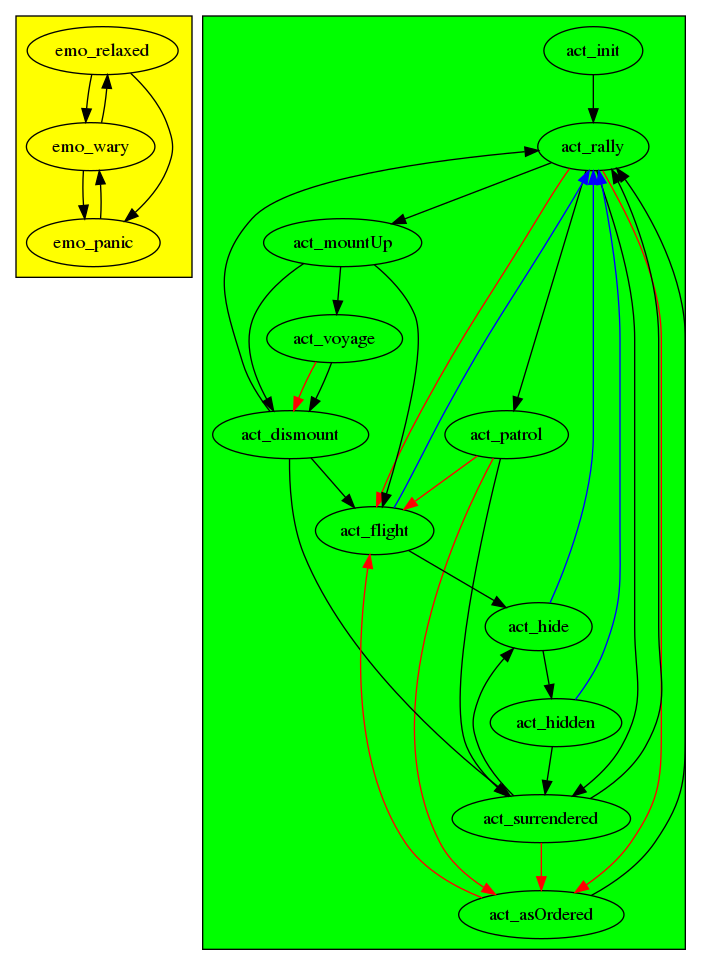
gruppe-adler/grad_civs keeps this Graphviz diagram as docs/states.png. Above is the earlier version. Its source is kept beside it as docs/states.gv. Its diagram source:
```dot
digraph civs {
    compound=true;

    subgraph cluster_emotions {
        clusterrank="local";
        bgcolor="yellow";
        emo_relaxed -> emo_wary;
        {emo_wary, emo_relaxed} -> emo_panic;
        emo_panic -> emo_wary -> emo_relaxed;
    }

    subgraph cluster_activities {
        bgcolor="green";
        act_rally -> act_patrol;
        act_rally -> act_mountUp;
        act_mountUp -> act_voyage;
        act_mountUp -> act_dismount;

        act_flight -> act_hide;
        act_hide -> act_hidden;

        {act_hidden, act_rally, act_patrol, act_dismount} -> act_surrendered;
        {act_rally, act_patrol, act_asOrdered} -> act_flight [color=red];

        act_voyage -> act_dismount [color=red]; # panic event
        act_voyage -> act_dismount;

        act_dismount -> act_flight;
        act_mountUp -> act_flight;

        {act_flight, act_hide, act_hidden} -> act_rally [color=blue] #de-panic event

        {act_init, act_dismount, act_surrendered} -> act_rally;

        act_surrendered -> act_hide;

        {act_rally, act_patrol, act_surrendered} -> act_asOrdered [color=red];

        act_asOrdered -> act_rally
    }
}
<
```
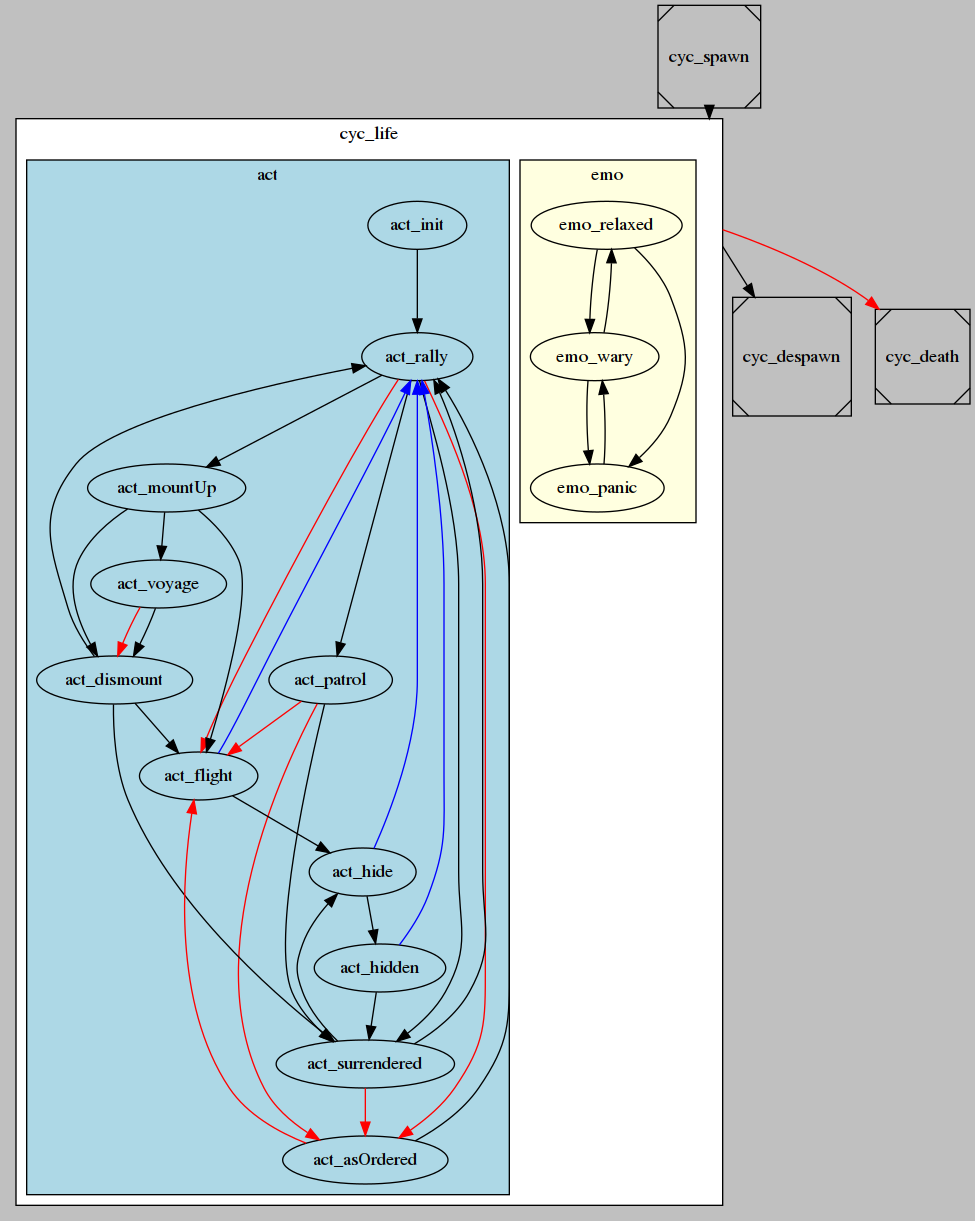
Later version of the same file.

What changed in the source:
```diff
@@ -1,42 +1,59 @@
-digraph civs {
+digraph lifecycle {
+    bgcolor="gray";
     compound=true;
 
-    subgraph cluster_emotions {
-        clusterrank="local";
-        bgcolor="yellow";
-        emo_relaxed -> emo_wary;
-        {emo_wary, emo_relaxed} -> emo_panic;
-        emo_panic -> emo_wary -> emo_relaxed;
+    subgraph cluster_life {
+        bgcolor="white";
+        shape="Msquare";
+        label="cyc_life";
+        cluster_life_node [shape=point style=invis];
+
+        subgraph cluster_emotions {
+            bgcolor="lightyellow";
+            label="emo";
+            emo_relaxed -> emo_wary;
+            {emo_wary, emo_relaxed} -> emo_panic;
+            emo_panic -> emo_wary -> emo_relaxed;
+        }
+
+        subgraph cluster_activities {
+            bgcolor="lightblue";
+            label="act";
+            act_rally -> act_patrol;
+            act_rally -> act_mountUp;
+            act_mountUp -> act_voyage;
+            act_mountUp -> act_dismount;
+
+            act_flight -> act_hide;
+            act_hide -> act_hidden;
+
+            {act_hidden, act_rally, act_patrol, act_dismount} -> act_surrendered;
+            {act_rally, act_patrol, act_asOrdered} -> act_flight [color=red];
+
+            act_voyage -> act_dismount [color=red]; # panic event
+            act_voyage -> act_dismount;
+
+            act_dismount -> act_flight;
+            act_mountUp -> act_flight;
+
+            {act_flight, act_hide, act_hidden} -> act_rally [color=blue] #de-panic event
+
+            {act_init, act_dismount, act_surrendered} -> act_rally;
+
+            act_surrendered -> act_hide;
+
+            {act_rally, act_patrol, act_surrendered} -> act_asOrdered [color=red];
+
+            act_asOrdered -> act_rally;
+        }
+
     }
 
-    subgraph cluster_activities {
-        bgcolor="green";
-        act_rally -> act_patrol;
-        act_rally -> act_mountUp;
-        act_mountUp -> act_voyage;
-        act_mountUp -> act_dismount;
+    cyc_spawn [shape=Msquare];
+    cyc_despawn [shape=Msquare];
+    cyc_death [shape=Msquare];
 
-        act_flight -> act_hide;
-        act_hide -> act_hidden;
-
-        {act_hidden, act_rally, act_patrol, act_dismount} -> act_surrendered;
-        {act_rally, act_patrol, act_asOrdered} -> act_flight [color=red];
-
-        act_voyage -> act_dismount [color=red]; # panic event
-        act_voyage -> act_dismount;
-
-        act_dismount -> act_flight;
-        act_mountUp -> act_flight;
-
-        {act_flight, act_hide, act_hidden} -> act_rally [color=blue] #de-panic event
-
-        {act_init, act_dismount, act_surrendered} -> act_rally;
-
-        act_surrendered -> act_hide;
-
-        {act_rally, act_patrol, act_surrendered} -> act_asOrdered [color=red];
-
-        act_asOrdered -> act_rally
-    }
+    cyc_spawn -> cluster_life_node [lhead=cluster_life];
+    cluster_life_node -> cyc_despawn [ltail=cluster_life];
+    cluster_life_node -> cyc_death [ltail=cluster_life color=red];
 }
-<
```
